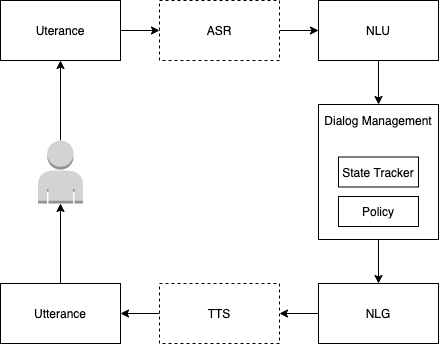
This is source/_posts/dialogue-system-research/general-architecture.png from ZhengHe-MD/blog, a draw.io export, as it was before one commit. Source tidied: cells renumbered, new cells last; positions are measured from the earlier drawing's top-left corner, leaving out a move shared by most shapes.
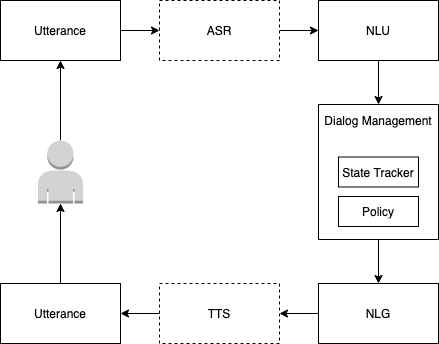
Later version of the same file.

Change to the diagram source:
```diff
@@ -5,7 +5,7 @@
     <mxCell id="2" style="edgeStyle=orthogonalEdgeStyle;rounded=0;jettySize=auto;html=1;exitX=1;exitY=0.5;exitDx=0;exitDy=0;entryX=0;entryY=0.5;entryDx=0;entryDy=0;" parent="1" edge="1" source="3" target="5">
       <mxGeometry relative="1" as="geometry" />
     </mxCell>
-    <mxCell id="3" value="Uterance" style="rounded=0;whiteSpace=wrap;html=1;" parent="1" vertex="1">
+    <mxCell id="3" value="Utterance" style="rounded=0;whiteSpace=wrap;html=1;" parent="1" vertex="1">
       <mxGeometry width="120" height="60" as="geometry" />
     </mxCell>
     <mxCell id="4" style="edgeStyle=orthogonalEdgeStyle;rounded=0;jettySize=auto;html=1;exitX=1;exitY=0.5;exitDx=0;exitDy=0;entryX=0;entryY=0.5;entryDx=0;entryDy=0;" parent="1" edge="1" source="5" target="7">
```
